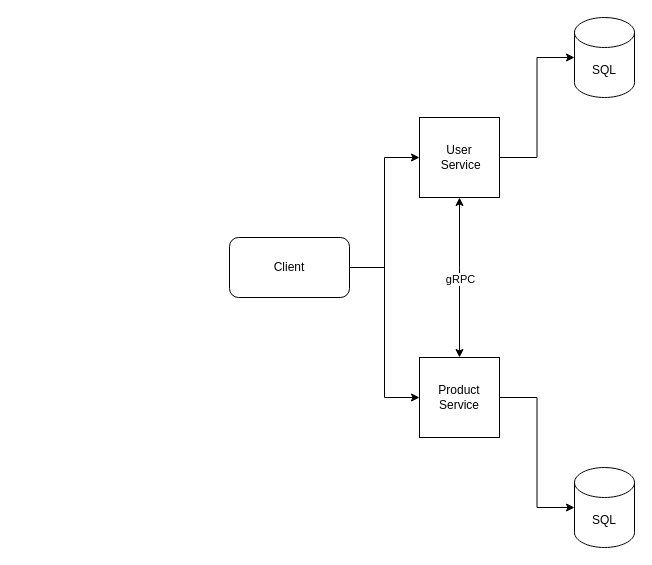
This is EcomMaster.drawio from omarelweshy/EcomMaster, a draw.io file, before an edit. Source tidied: cells renumbered, new cells numbered last; positions are measured from the earlier drawing's top-left corner, leaving out a move shared by most shapes. Both pictures are drawn from the tidied source at 100%, with x=0, y=0 at pixel (229, 17).
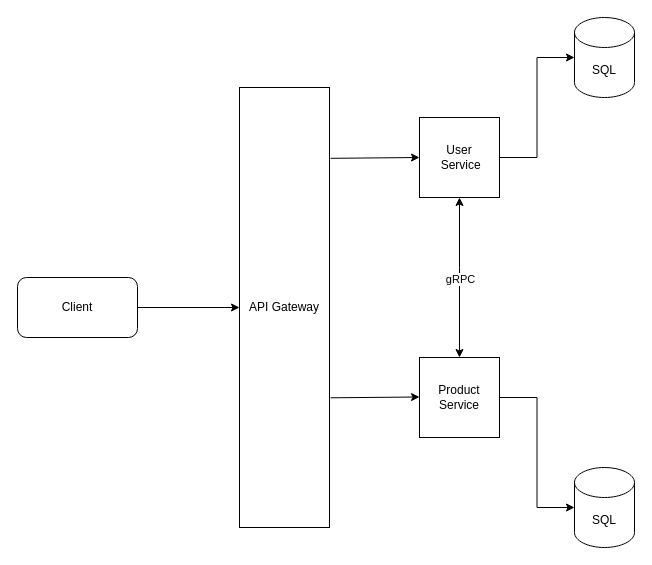
After the change.

Diff of the diagram source:
```diff
@@
 <mxGraphModel>
   <root>
     <mxCell id="0" />
     <mxCell id="1" parent="0" />
-    <mxCell id="2" style="edgeStyle=orthogonalEdgeStyle;rounded=0;jettySize=auto;html=1;entryX=0;entryY=0.5;entryDx=0;entryDy=0;" parent="1" edge="1" source="4" target="8">
-      <mxGeometry relative="1" as="geometry" />
-    </mxCell>
-    <mxCell id="3" style="edgeStyle=orthogonalEdgeStyle;rounded=0;jettySize=auto;html=1;entryX=0;entryY=0.5;entryDx=0;entryDy=0;" parent="1" edge="1" source="4" target="6">
-      <mxGeometry relative="1" as="geometry" />
-    </mxCell>
+    <mxCell id="13" style="edgeStyle=orthogonalEdgeStyle;rounded=0;jettySize=auto;html=1;entryX=0;entryY=0.5;entryDx=0;entryDy=0;" parent="1" edge="1" source="4" target="14">
+      <mxGeometry relative="1" as="geometry" />
+    </mxCell>
     <mxCell id="4" value="Client" style="rounded=1;whiteSpace=wrap;html=1;" parent="1" vertex="1">
-      <mxGeometry y="220" width="120" height="60" as="geometry" />
+      <mxGeometry x="-212" y="260" width="120" height="60" as="geometry" />
     </mxCell>
     <mxCell id="5" style="edgeStyle=orthogonalEdgeStyle;rounded=0;jettySize=auto;html=1;entryX=0;entryY=0.5;entryDx=0;entryDy=0;entryPerimeter=0;" parent="1" edge="1" source="6" target="11">
       <mxGeometry relative="1" as="geometry" />
     </mxCell>
     <mxCell id="6" value="User&lt;br&gt;&amp;nbsp;Service" style="whiteSpace=wrap;html=1;" parent="1" vertex="1">
       <mxGeometry x="190" y="100" width="80" height="80" as="geometry" />
     </mxCell>
     <mxCell id="7" style="edgeStyle=orthogonalEdgeStyle;rounded=0;jettySize=auto;html=1;entryX=0;entryY=0.5;entryDx=0;entryDy=0;entryPerimeter=0;" parent="1" edge="1" source="8" target="12">
       <mxGeometry relative="1" as="geometry" />
     </mxCell>
     <mxCell id="8" value="Product Service" style="whiteSpace=wrap;html=1;" parent="1" vertex="1">
       <mxGeometry x="190" y="340" width="80" height="80" as="geometry" />
     </mxCell>
     <mxCell id="9" style="endArrow=classic;startArrow=classic;html=1;rounded=0;entryX=0.5;entryY=1;entryDx=0;entryDy=0;exitX=0.5;exitY=0;exitDx=0;exitDy=0;" parent="1" edge="1" source="8" target="6">
       <mxGeometry relative="1" as="geometry">
         <Array as="points">
           <mxPoint x="230" y="250" />
         </Array>
       </mxGeometry>
     </mxCell>
     <mxCell id="10" value="gRPC" style="edgeLabel;html=1;align=center;verticalAlign=middle;" parent="9" vertex="1">
       <mxGeometry x="-0.01" relative="1" as="geometry" />
     </mxCell>
     <mxCell id="11" value="SQL" style="shape=cylinder3;whiteSpace=wrap;html=1;boundedLbl=1;backgroundOutline=1;size=15;" parent="1" vertex="1">
       <mxGeometry x="345" width="60" height="80" as="geometry" />
     </mxCell>
     <mxCell id="12" value="SQL" style="shape=cylinder3;whiteSpace=wrap;html=1;boundedLbl=1;backgroundOutline=1;size=15;" parent="1" vertex="1">
       <mxGeometry x="345" y="450" width="60" height="80" as="geometry" />
     </mxCell>
+    <mxCell id="14" value="API Gateway" style="rounded=0;whiteSpace=wrap;html=1;" parent="1" vertex="1">
+      <mxGeometry x="10" y="70" width="90" height="440" as="geometry" />
+    </mxCell>
+    <mxCell id="15" style="endArrow=classic;html=1;rounded=0;exitX=1.011;exitY=0.161;exitDx=0;exitDy=0;exitPerimeter=0;entryX=0;entryY=0.5;entryDx=0;entryDy=0;" parent="1" edge="1" source="14" target="6">
+      <mxGeometry relative="1" as="geometry" />
+    </mxCell>
+    <mxCell id="16" style="endArrow=classic;html=1;rounded=0;exitX=1.011;exitY=0.161;exitDx=0;exitDy=0;exitPerimeter=0;entryX=0;entryY=0.5;entryDx=0;entryDy=0;" parent="1" edge="1">
+      <mxGeometry relative="1" as="geometry">
+        <mxPoint x="101" y="380.3" as="sourcePoint" />
+        <mxPoint x="190" y="379.5" as="targetPoint" />
+      </mxGeometry>
+    </mxCell>
   </root>
 </mxGraphModel>
```
